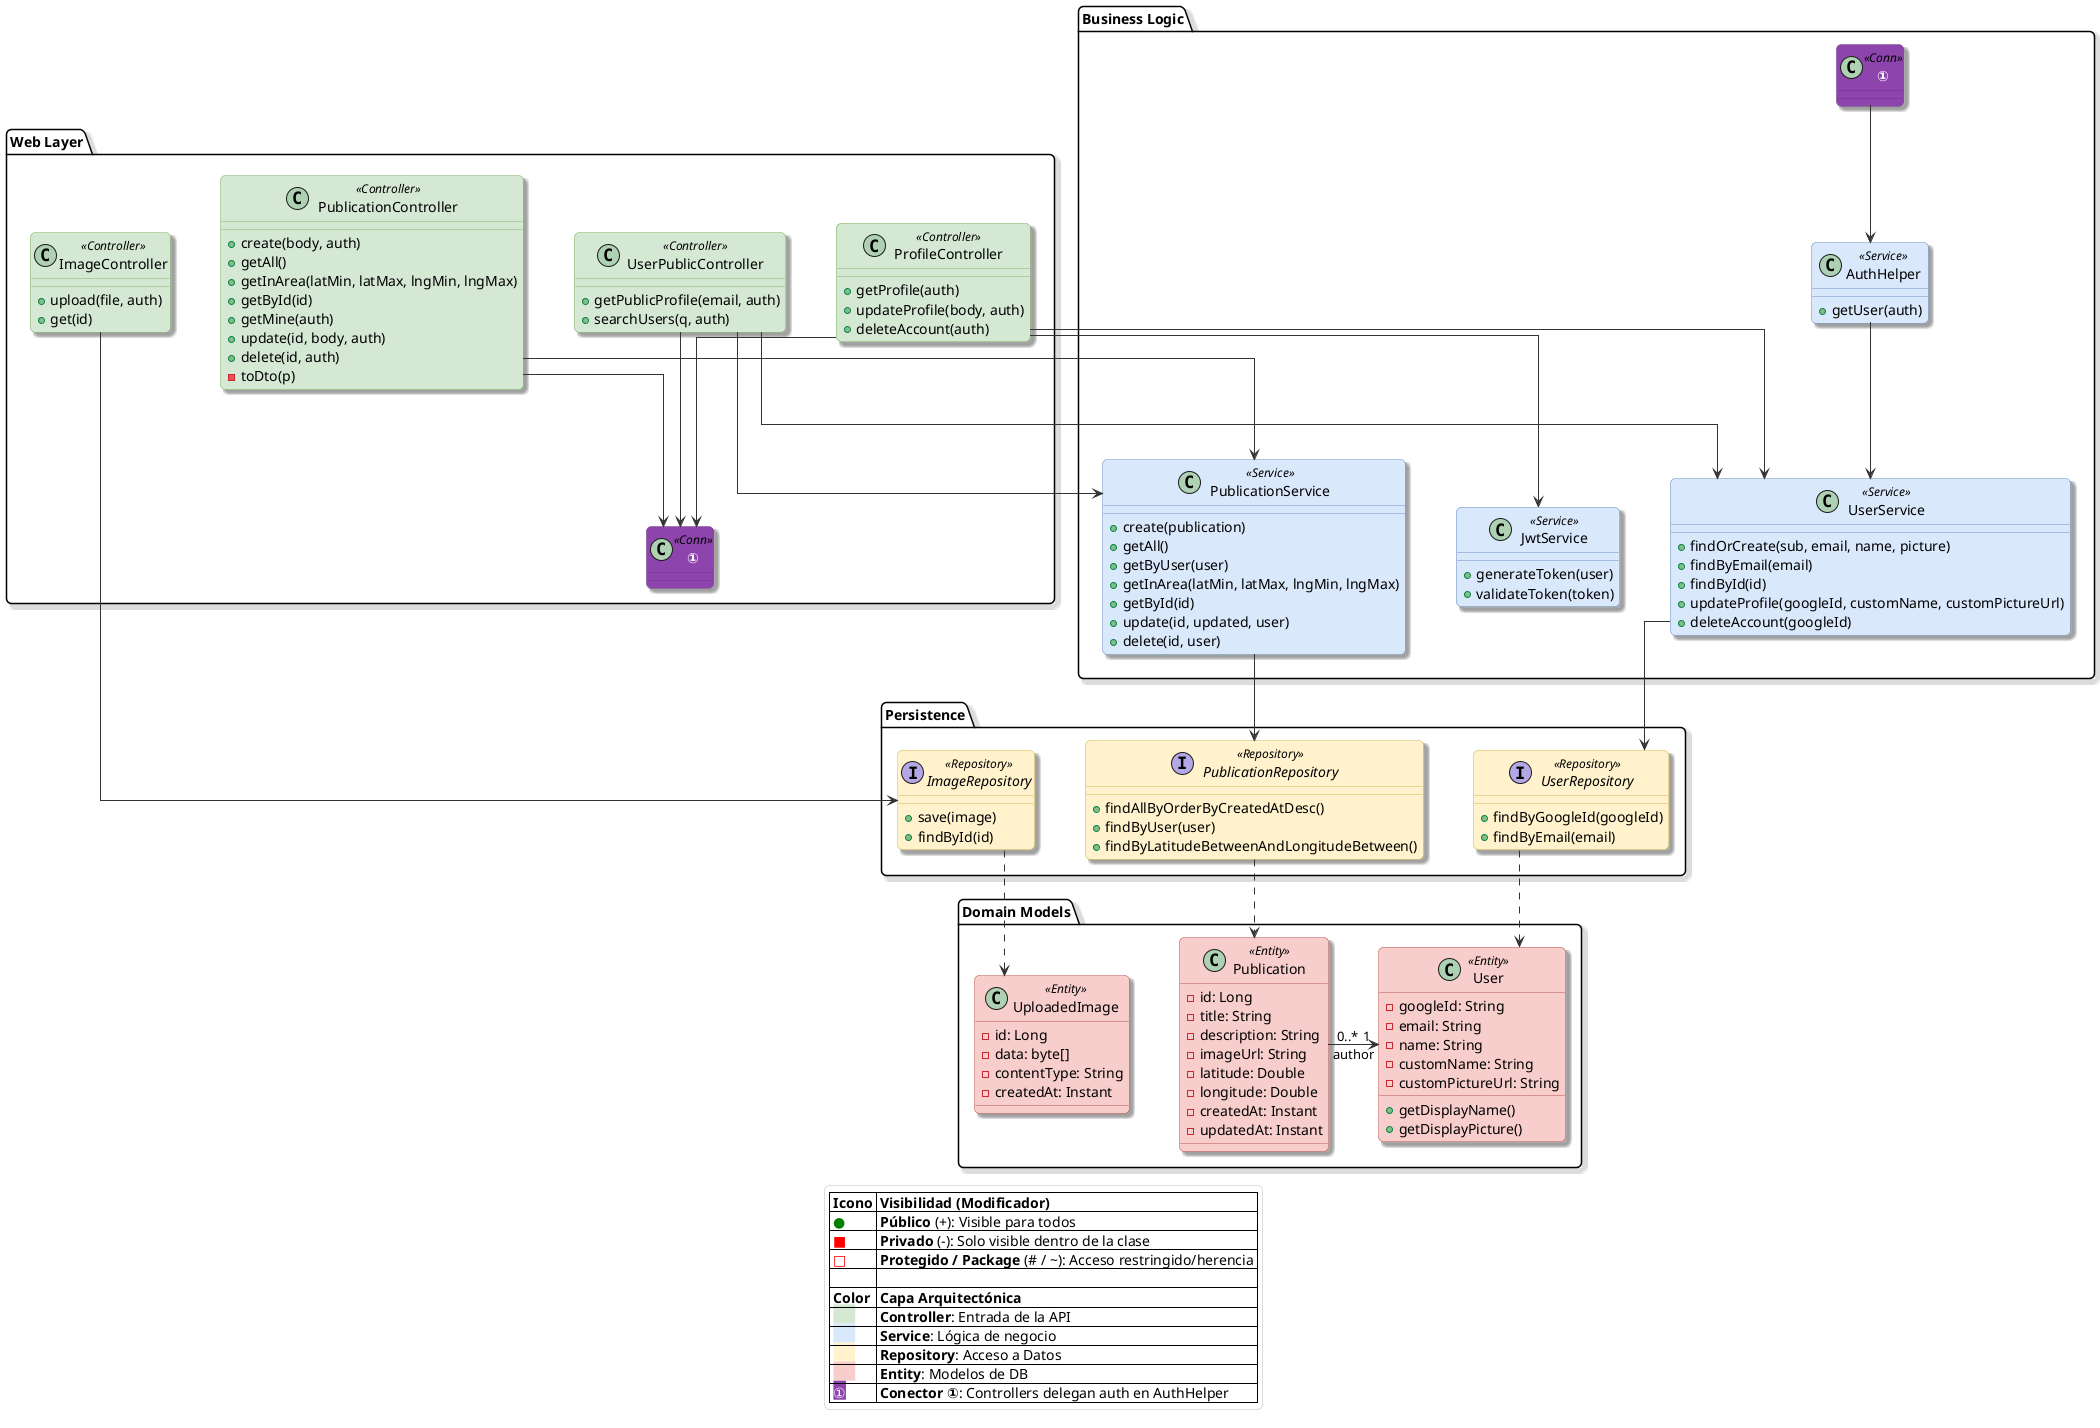
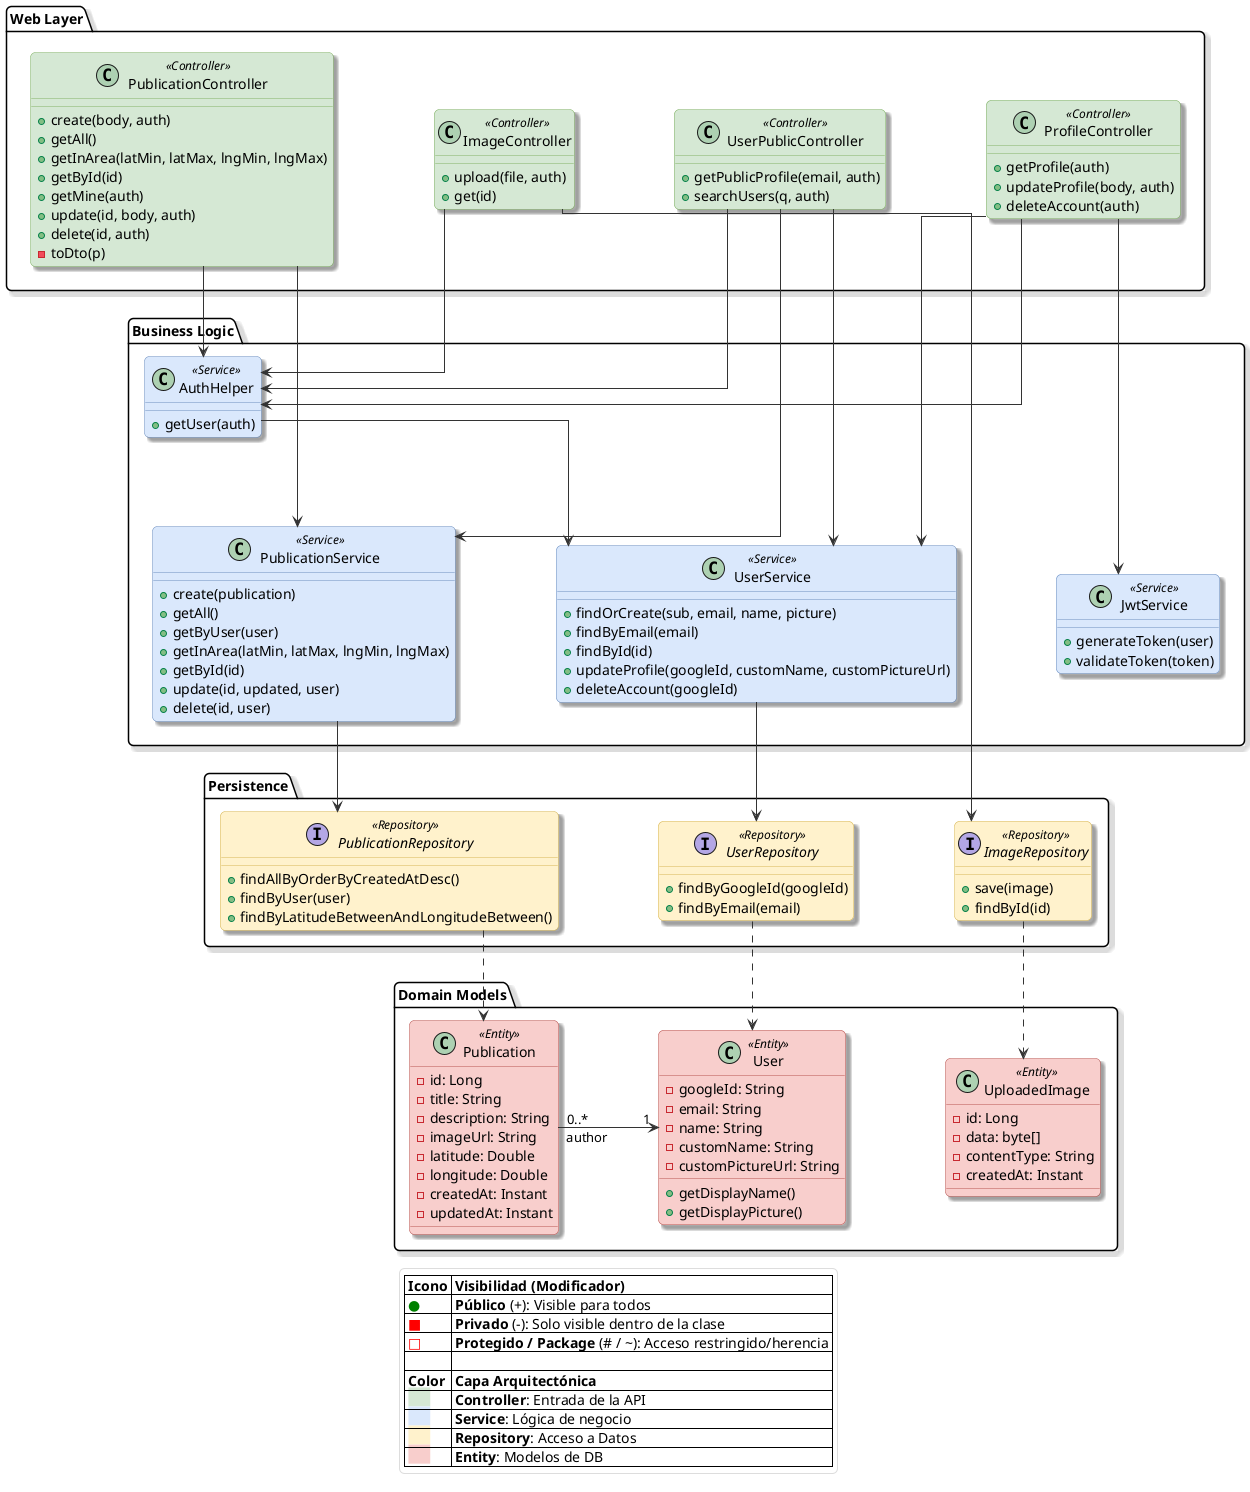
﻿@startuml
' --- Configuración Visual ---
skinparam shadowing true
skinparam roundcorner 10
+ skinparam nodesep 100
+ skinparam ranksep 90
skinparam linetype ortho
- skinparam nodesep 50
- skinparam ranksep 70

skinparam legend {
    BackgroundColor #FFFFFF
    BorderColor #DDDDDD
    BorderThickness 1
}

!define CONTROLLER_COLOR #D5E8D4
!define SERVICE_COLOR #DAE8FC
!define REPO_COLOR #FFF2CC
!define ENTITY_COLOR #F8CECC
- !define CONN_COLOR #8E44AD

skinparam class {
    BackgroundColor White
    ArrowColor #333333
    BorderColor #666666
}
+ 
skinparam class<<Controller>> {
    BackgroundColor CONTROLLER_COLOR
    BorderColor #82B366
}
+ 
skinparam class<<Service>> {
    BackgroundColor SERVICE_COLOR
    BorderColor #6C8EBF
}
+ 
skinparam class<<Repository>> {
    BackgroundColor REPO_COLOR
    BorderColor #D6B656
}
+ 
skinparam class<<Entity>> {
    BackgroundColor ENTITY_COLOR
    BorderColor #B85450
- }
- skinparam class<<Conn>> {
-     BackgroundColor CONN_COLOR
-     BorderColor #6C3483
-     FontColor white
-     FontStyle bold
-     MinimumWidth 26
-     MinimumHeight 26
}

package "Web Layer" {
    together {
        class PublicationController << Controller >> {
            +create(body, auth)
            +getAll()
            +getInArea(latMin, latMax, lngMin, lngMax)
            +getById(id)
            +getMine(auth)
            +update(id, body, auth)
            +delete(id, auth)
            -toDto(p)
        }
        class ImageController << Controller >> {
            +upload(file, auth)
            +get(id)
        }
    }
    together {
        class ProfileController << Controller >> {
            +getProfile(auth)
            +updateProfile(body, auth)
            +deleteAccount(auth)
        }
        class UserPublicController << Controller >> {
            +getPublicProfile(email, auth)
            +searchUsers(q, auth)
        }
    }
-     ' Conector ①: lado Web (controllers -> AuthHelper)
-     class "①" as conn_auth_w <<Conn>>
}

package "Business Logic" {
-     ' Conector ①: lado Business (-> AuthHelper)
-     class "①" as conn_auth_b <<Conn>>
    class AuthHelper << Service >> {
        +getUser(auth)
    }
    together {
        class PublicationService << Service >> {
            +create(publication)
            +getAll()
            +getByUser(user)
            +getInArea(latMin, latMax, lngMin, lngMax)
            +getById(id)
            +update(id, updated, user)
            +delete(id, user)
        }
        class UserService << Service >> {
            +findOrCreate(sub, email, name, picture)
            +findByEmail(email)
            +findById(id)
            +updateProfile(googleId, customName, customPictureUrl)
            +deleteAccount(googleId)
        }
        class JwtService << Service >> {
            +generateToken(user)
            +validateToken(token)
        }
    }
}

package "Persistence" {
    interface PublicationRepository << Repository >> {
        +findAllByOrderByCreatedAtDesc()
        +findByUser(user)
        +findByLatitudeBetweenAndLongitudeBetween()
    }
    interface ImageRepository << Repository >> {
        +save(image)
        +findById(id)
    }
    interface UserRepository << Repository >> {
        +findByGoogleId(googleId)
        +findByEmail(email)
    }
}

package "Domain Models" {
    class Publication <<Entity>> {
        -id: Long
        -title: String
        -description: String
        -imageUrl: String
        -latitude: Double
        -longitude: Double
        -createdAt: Instant
        -updatedAt: Instant
    }
    class UploadedImage <<Entity>> {
        -id: Long
        -data: byte[]
        -contentType: String
        -createdAt: Instant
    }
    class User <<Entity>> {
        -googleId: String
        -email: String
        -name: String
        -customName: String
        -customPictureUrl: String
        +getDisplayName()
        +getDisplayPicture()
    }
}

' --- Relaciones ---
- ' Web Layer -> Business Logic (servicios directos, flechas cortas)
PublicationController --> PublicationService
+ PublicationController --> AuthHelper
+ ImageController --> ImageRepository
+ ImageController --> AuthHelper
ProfileController --> UserService
ProfileController --> JwtService
+ ProfileController --> AuthHelper
UserPublicController --> UserService
UserPublicController --> PublicationService
- ' Web Layer -> Persistence directa (ImageController no pasa por servicio)
- ImageController --> ImageRepository
- ' Flechas largas Web->AuthHelper sustituidas por conector ①
- PublicationController --> conn_auth_w
- ProfileController --> conn_auth_w
- UserPublicController --> conn_auth_w
- conn_auth_b --> AuthHelper
- ' Business Logic interno
+ UserPublicController --> AuthHelper
AuthHelper --> UserService
UserService --> UserRepository
PublicationService --> PublicationRepository
- ' Persistence -> Domain Models
PublicationRepository ..> Publication
ImageRepository ..> UploadedImage
UserRepository ..> User
- ' Relacion entre entidades
Publication "0..*" -right-> "1" User : author

legend bottom
  |= Icono |= Visibilidad (Modificador) |
  | <color:green>●</color> | **Público** (+): Visible para todos |
  | <color:red>■</color> | **Privado** (-): Solo visible dentro de la clase |
  | <color:red>□</color> | **Protegido / Package** (# / ~): Acceso restringido/herencia |
  | <size:8>  </size> | |
  |= Color |= Capa Arquitectónica |
  | <back:CONTROLLER_COLOR>      </back> | **Controller**: Entrada de la API |
  | <back:SERVICE_COLOR>      </back> | **Service**: Lógica de negocio |
  | <back:REPO_COLOR>      </back> | **Repository**: Acceso a Datos |
  | <back:ENTITY_COLOR>      </back> | **Entity**: Modelos de DB |
-   | <back:CONN_COLOR><color:white>①</color></back> | **Conector ①**: Controllers delegan auth en AuthHelper |
endlegend
@enduml
